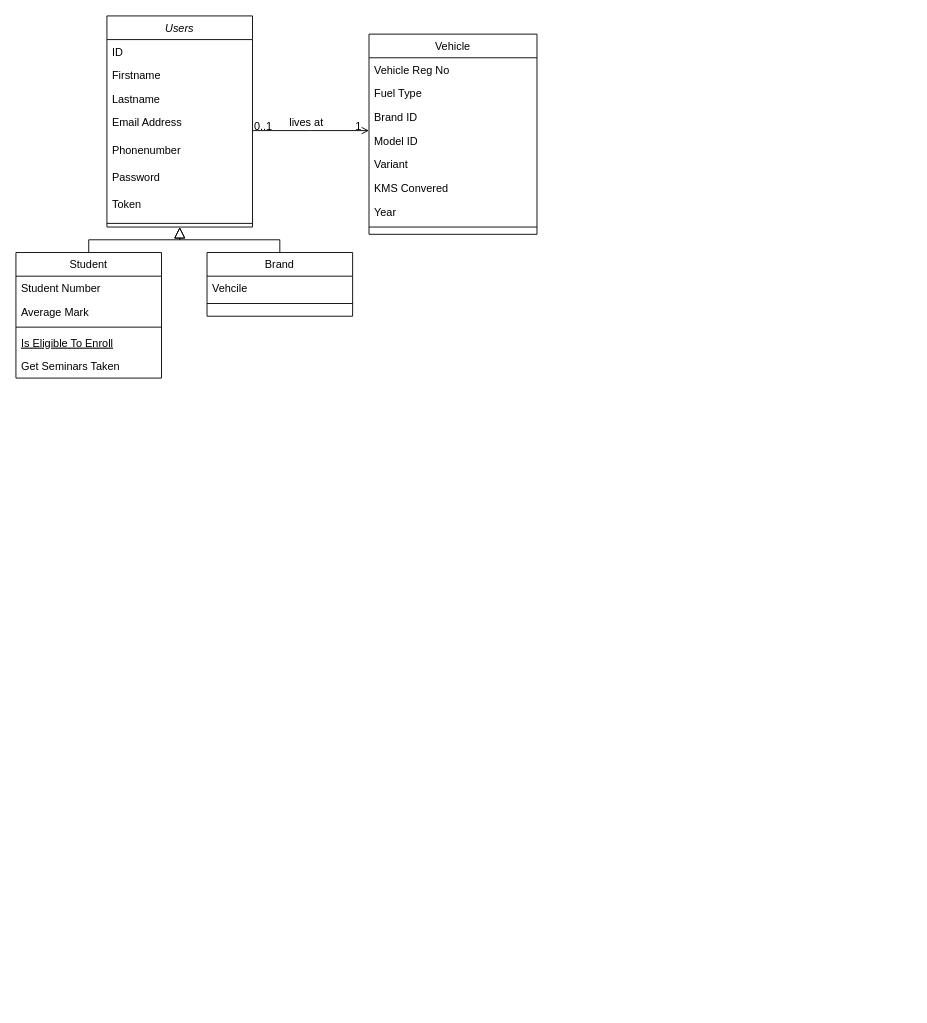
Earlier version of the draw.io diagram Garage Diagram.drawio (panhaoeun/amp.dev). Source tidied: cells renumbered, new cells numbered last; positions are measured from the earlier drawing's top-left corner, leaving out a move shared by most shapes. Both pictures are drawn from the tidied source at 91%, with x=0, y=0 at pixel (15, 15).
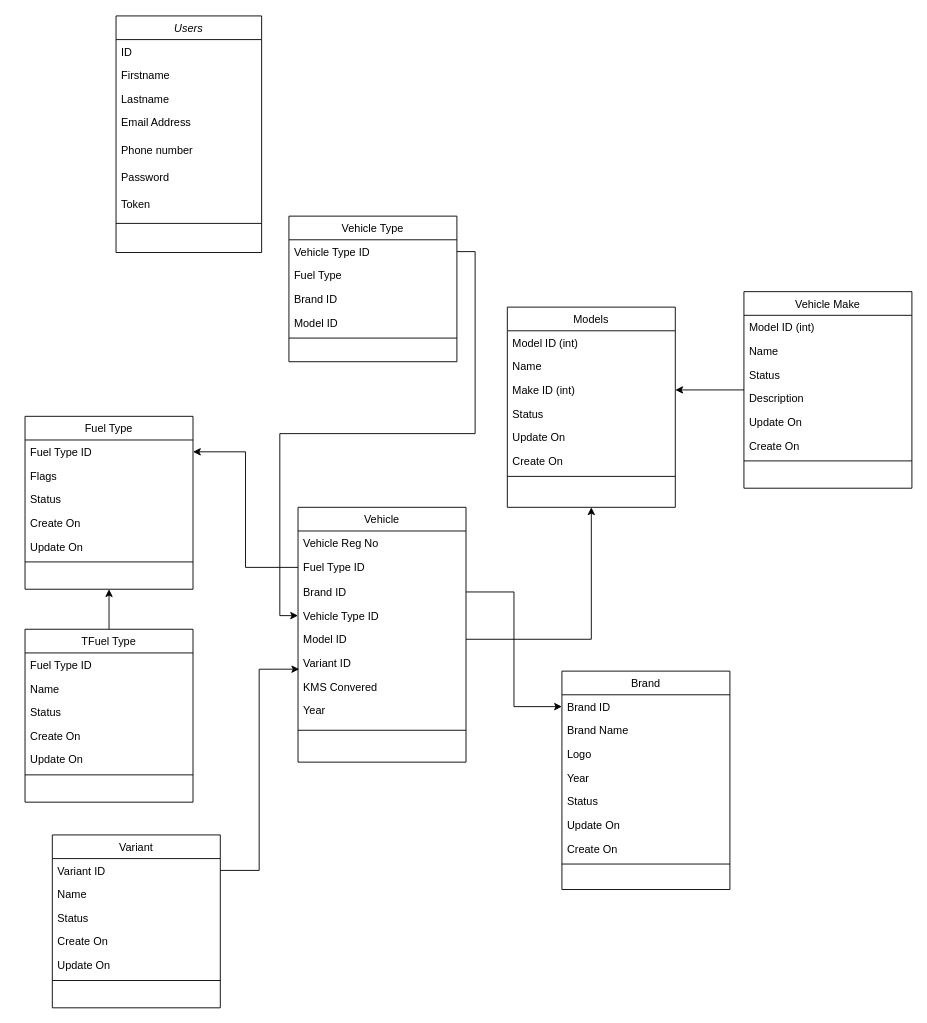
After the change.

The edit, as a diff of the source:
```diff
@@
     <mxCell id="2" value="Users" style="swimlane;fontStyle=2;align=center;verticalAlign=top;horizontal=1;startSize=26;rounded=0;shadow=0;strokeWidth=1;" parent="1" vertex="1">
-      <mxGeometry x="100" width="160" height="232" as="geometry" />
+      <mxGeometry x="110" width="160" height="260" as="geometry" />
     </mxCell>
@@
-    <mxCell id="7" value="Phonenumber" style="text;align=left;verticalAlign=top;spacingLeft=4;spacingRight=4;overflow=hidden;rounded=0;shadow=0;html=0;" parent="2" vertex="1">
+    <mxCell id="7" value="Phone number" style="text;align=left;verticalAlign=top;spacingLeft=4;spacingRight=4;overflow=hidden;rounded=0;shadow=0;html=0;" parent="2" vertex="1">
       <mxGeometry y="134" width="160" height="30" as="geometry" />
     </mxCell>
@@
-    <mxCell id="11" value="Student" style="swimlane;fontStyle=0;align=center;verticalAlign=top;horizontal=1;startSize=26;rounded=0;shadow=0;strokeWidth=1;" parent="1" vertex="1">
-      <mxGeometry y="260" width="160" height="138" as="geometry" />
-    </mxCell>
-    <mxCell id="12" value="Student Number" style="text;align=left;verticalAlign=top;spacingLeft=4;spacingRight=4;overflow=hidden;" parent="11" vertex="1">
-      <mxGeometry y="26" width="160" height="26" as="geometry" />
-    </mxCell>
-    <mxCell id="13" value="Average Mark" style="text;align=left;verticalAlign=top;spacingLeft=4;spacingRight=4;overflow=hidden;rounded=0;shadow=0;html=0;" parent="11" vertex="1">
-      <mxGeometry y="52" width="160" height="26" as="geometry" />
-    </mxCell>
-    <mxCell id="14" style="line;html=1;strokeWidth=1;align=left;verticalAlign=middle;spacingTop=-1;spacingLeft=3;spacingRight=3;labelPosition=right;" parent="11" vertex="1">
-      <mxGeometry y="78" width="160" height="8" as="geometry" />
-    </mxCell>
-    <mxCell id="15" value="Is Eligible To Enroll" style="text;align=left;verticalAlign=top;spacingLeft=4;spacingRight=4;overflow=hidden;fontStyle=4;" parent="11" vertex="1">
-      <mxGeometry y="86" width="160" height="26" as="geometry" />
-    </mxCell>
-    <mxCell id="16" value="Get Seminars Taken" style="text;align=left;verticalAlign=top;spacingLeft=4;spacingRight=4;overflow=hidden;" parent="11" vertex="1">
-      <mxGeometry y="112" width="160" height="26" as="geometry" />
-    </mxCell>
-    <mxCell id="17" style="endArrow=block;endSize=10;endFill=0;shadow=0;strokeWidth=1;rounded=0;edgeStyle=elbowEdgeStyle;elbow=vertical;" parent="1" edge="1" source="11" target="2">
-      <mxGeometry relative="1" as="geometry" />
-    </mxCell>
-    <mxCell id="18" value="Brand" style="swimlane;fontStyle=0;align=center;verticalAlign=top;horizontal=1;startSize=26;rounded=0;shadow=0;strokeWidth=1;" parent="1" vertex="1">
-      <mxGeometry x="210" y="260" width="160" height="70" as="geometry" />
-    </mxCell>
-    <mxCell id="19" value="Vehcile" style="text;align=left;verticalAlign=top;spacingLeft=4;spacingRight=4;overflow=hidden;" parent="18" vertex="1">
-      <mxGeometry y="26" width="160" height="26" as="geometry" />
-    </mxCell>
-    <mxCell id="20" style="line;html=1;strokeWidth=1;align=left;verticalAlign=middle;spacingTop=-1;spacingLeft=3;spacingRight=3;labelPosition=right;" parent="18" vertex="1">
-      <mxGeometry y="52" width="160" height="8" as="geometry" />
-    </mxCell>
-    <mxCell id="21" style="endArrow=block;endSize=10;endFill=0;shadow=0;strokeWidth=1;rounded=0;edgeStyle=elbowEdgeStyle;elbow=vertical;" parent="1" edge="1" source="18" target="2">
-      <mxGeometry relative="1" as="geometry" />
-    </mxCell>
+    <mxCell id="35" style="edgeStyle=orthogonalEdgeStyle;rounded=0;jettySize=auto;html=1;" parent="1" edge="1" source="26" target="51">
+      <mxGeometry relative="1" as="geometry" />
+    </mxCell>
     <mxCell id="22" value="Vehicle" style="swimlane;fontStyle=0;align=center;verticalAlign=top;horizontal=1;startSize=26;rounded=0;shadow=0;strokeWidth=1;" parent="1" vertex="1">
-      <mxGeometry x="388" y="20" width="184.6" height="220" as="geometry" />
+      <mxGeometry x="310" y="540" width="184.6" height="280" as="geometry" />
     </mxCell>
@@
-    <mxCell id="24" value="Fuel Type" style="text;align=left;verticalAlign=top;spacingLeft=4;spacingRight=4;overflow=hidden;points=[[0,0.5],[1,0.5]];portConstraint=eastwest;rounded=0;shadow=0;html=0;" parent="22" vertex="1">
-      <mxGeometry y="52" width="184.6" height="26" as="geometry" />
+    <mxCell id="24" value="Fuel Type ID" style="text;align=left;verticalAlign=top;spacingLeft=4;spacingRight=4;overflow=hidden;points=[[0,0.5],[1,0.5]];portConstraint=eastwest;rounded=0;shadow=0;html=0;" parent="22" vertex="1">
+      <mxGeometry y="52" width="184.6" height="28" as="geometry" />
     </mxCell>
     <mxCell id="25" value="Brand ID" style="text;align=left;verticalAlign=top;spacingLeft=4;spacingRight=4;overflow=hidden;points=[[0,0.5],[1,0.5]];portConstraint=eastwest;rounded=0;shadow=0;html=0;" parent="22" vertex="1">
-      <mxGeometry y="78" width="184.6" height="26" as="geometry" />
+      <mxGeometry y="80" width="184.6" height="26" as="geometry" />
     </mxCell>
+    <mxCell id="36" value="Vehicle Type ID" style="text;align=left;verticalAlign=top;spacingLeft=4;spacingRight=4;overflow=hidden;points=[[0,0.5],[1,0.5]];portConstraint=eastwest;rounded=0;shadow=0;html=0;" parent="22" vertex="1">
+      <mxGeometry y="106" width="184.6" height="26" as="geometry" />
+    </mxCell>
     <mxCell id="26" value="Model ID" style="text;align=left;verticalAlign=top;spacingLeft=4;spacingRight=4;overflow=hidden;points=[[0,0.5],[1,0.5]];portConstraint=eastwest;rounded=0;shadow=0;html=0;" parent="22" vertex="1">
-      <mxGeometry y="104" width="184.6" height="26" as="geometry" />
+      <mxGeometry y="132" width="184.6" height="26" as="geometry" />
     </mxCell>
-    <mxCell id="27" value="Variant" style="text;align=left;verticalAlign=top;spacingLeft=4;spacingRight=4;overflow=hidden;points=[[0,0.5],[1,0.5]];portConstraint=eastwest;rounded=0;shadow=0;html=0;" parent="22" vertex="1">
-      <mxGeometry y="130" width="184.6" height="26" as="geometry" />
+    <mxCell id="27" value="Variant ID" style="text;align=left;verticalAlign=top;spacingLeft=4;spacingRight=4;overflow=hidden;points=[[0,0.5],[1,0.5]];portConstraint=eastwest;rounded=0;shadow=0;html=0;" parent="22" vertex="1">
+      <mxGeometry y="158" width="184.6" height="26" as="geometry" />
     </mxCell>
     <mxCell id="28" value="KMS Convered" style="text;align=left;verticalAlign=top;spacingLeft=4;spacingRight=4;overflow=hidden;rounded=0;shadow=0;html=0;" parent="22" vertex="1">
-      <mxGeometry y="156" width="184.6" height="26" as="geometry" />
+      <mxGeometry y="184" width="184.6" height="26" as="geometry" />
     </mxCell>
     <mxCell id="29" value="Year" style="text;align=left;verticalAlign=top;spacingLeft=4;spacingRight=4;overflow=hidden;rounded=0;shadow=0;html=0;" parent="22" vertex="1">
-      <mxGeometry y="182" width="184.6" height="26" as="geometry" />
+      <mxGeometry y="210" width="184.6" height="26" as="geometry" />
     </mxCell>
     <mxCell id="30" style="line;html=1;strokeWidth=1;align=left;verticalAlign=middle;spacingTop=-1;spacingLeft=3;spacingRight=3;labelPosition=right;" parent="22" vertex="1">
-      <mxGeometry y="208" width="184.6" height="8" as="geometry" />
+      <mxGeometry y="236" width="184.6" height="18" as="geometry" />
     </mxCell>
-    <mxCell id="31" style="endArrow=open;shadow=0;strokeWidth=1;rounded=0;endFill=1;edgeStyle=elbowEdgeStyle;elbow=vertical;" parent="1" edge="1" source="2" target="22">
-      <mxGeometry x="0.5" y="41" relative="1" as="geometry">
-        <mxPoint x="-40" y="32" as="offset" />
-      </mxGeometry>
-    </mxCell>
-    <mxCell id="32" value="0..1" style="align=left;verticalAlign=bottom;labelBackgroundColor=none;fontSize=12;" parent="31" vertex="1">
-      <mxGeometry x="-1" relative="1" as="geometry">
-        <mxPoint y="4" as="offset" />
-      </mxGeometry>
-    </mxCell>
-    <mxCell id="33" value="1" style="align=right;verticalAlign=bottom;labelBackgroundColor=none;fontSize=12;" parent="31" vertex="1">
-      <mxGeometry x="1" relative="1" as="geometry">
-        <mxPoint x="-7" y="4" as="offset" />
-      </mxGeometry>
-    </mxCell>
-    <mxCell id="34" value="lives at" style="text;html=1;align=center;verticalAlign=middle;labelBackgroundColor=none;rounded=0;shadow=0;strokeWidth=1;fontSize=12;" parent="31" vertex="1">
-      <mxGeometry x="0.5" y="49" relative="1" as="geometry">
-        <mxPoint x="-38" y="40" as="offset" />
-      </mxGeometry>
-    </mxCell>
+    <mxCell id="18" value="Brand" style="swimlane;fontStyle=0;align=center;verticalAlign=top;horizontal=1;startSize=26;rounded=0;shadow=0;strokeWidth=1;" parent="1" vertex="1">
+      <mxGeometry x="600" y="720" width="184.6" height="240" as="geometry" />
+    </mxCell>
+    <mxCell id="37" value="Brand ID" style="text;align=left;verticalAlign=top;spacingLeft=4;spacingRight=4;overflow=hidden;points=[[0,0.5],[1,0.5]];portConstraint=eastwest;" parent="18" vertex="1">
+      <mxGeometry y="26" width="184.6" height="26" as="geometry" />
+    </mxCell>
+    <mxCell id="38" value="Brand Name" style="text;align=left;verticalAlign=top;spacingLeft=4;spacingRight=4;overflow=hidden;rounded=0;shadow=0;html=0;" parent="18" vertex="1">
+      <mxGeometry y="52" width="184.6" height="26" as="geometry" />
+    </mxCell>
+    <mxCell id="39" value="Logo" style="text;align=left;verticalAlign=top;spacingLeft=4;spacingRight=4;overflow=hidden;rounded=0;shadow=0;html=0;" parent="18" vertex="1">
+      <mxGeometry y="78" width="184.6" height="26" as="geometry" />
+    </mxCell>
+    <mxCell id="40" value="Year " style="text;align=left;verticalAlign=top;spacingLeft=4;spacingRight=4;overflow=hidden;rounded=0;shadow=0;html=0;" parent="18" vertex="1">
+      <mxGeometry y="104" width="184.6" height="26" as="geometry" />
+    </mxCell>
+    <mxCell id="41" value="Status" style="text;align=left;verticalAlign=top;spacingLeft=4;spacingRight=4;overflow=hidden;rounded=0;shadow=0;html=0;" parent="18" vertex="1">
+      <mxGeometry y="130" width="184.6" height="26" as="geometry" />
+    </mxCell>
+    <mxCell id="42" value="Update On" style="text;align=left;verticalAlign=top;spacingLeft=4;spacingRight=4;overflow=hidden;rounded=0;shadow=0;html=0;" parent="18" vertex="1">
+      <mxGeometry y="156" width="184.6" height="26" as="geometry" />
+    </mxCell>
+    <mxCell id="43" value="Create On" style="text;align=left;verticalAlign=top;spacingLeft=4;spacingRight=4;overflow=hidden;rounded=0;shadow=0;html=0;" parent="18" vertex="1">
+      <mxGeometry y="182" width="184.6" height="26" as="geometry" />
+    </mxCell>
+    <mxCell id="44" style="line;html=1;strokeWidth=1;align=left;verticalAlign=middle;spacingTop=-1;spacingLeft=3;spacingRight=3;labelPosition=right;" parent="18" vertex="1">
+      <mxGeometry y="208" width="184.6" height="8" as="geometry" />
+    </mxCell>
+    <mxCell id="45" value="Vehicle Type" style="swimlane;fontStyle=0;align=center;verticalAlign=top;horizontal=1;startSize=26;rounded=0;shadow=0;strokeWidth=1;" parent="1" vertex="1">
+      <mxGeometry x="300" y="220" width="184.6" height="160" as="geometry" />
+    </mxCell>
+    <mxCell id="46" value="Vehicle Type ID " style="text;align=left;verticalAlign=top;spacingLeft=4;spacingRight=4;overflow=hidden;points=[[0,0.5],[1,0.5]];portConstraint=eastwest;" parent="45" vertex="1">
+      <mxGeometry y="26" width="184.6" height="26" as="geometry" />
+    </mxCell>
+    <mxCell id="47" value="Fuel Type" style="text;align=left;verticalAlign=top;spacingLeft=4;spacingRight=4;overflow=hidden;rounded=0;shadow=0;html=0;" parent="45" vertex="1">
+      <mxGeometry y="52" width="184.6" height="26" as="geometry" />
+    </mxCell>
+    <mxCell id="48" value="Brand ID" style="text;align=left;verticalAlign=top;spacingLeft=4;spacingRight=4;overflow=hidden;rounded=0;shadow=0;html=0;" parent="45" vertex="1">
+      <mxGeometry y="78" width="184.6" height="26" as="geometry" />
+    </mxCell>
+    <mxCell id="49" value="Model ID" style="text;align=left;verticalAlign=top;spacingLeft=4;spacingRight=4;overflow=hidden;rounded=0;shadow=0;html=0;" parent="45" vertex="1">
+      <mxGeometry y="104" width="184.6" height="26" as="geometry" />
+    </mxCell>
+    <mxCell id="50" style="line;html=1;strokeWidth=1;align=left;verticalAlign=middle;spacingTop=-1;spacingLeft=3;spacingRight=3;labelPosition=right;" parent="45" vertex="1">
+      <mxGeometry y="130" width="184.6" height="8" as="geometry" />
+    </mxCell>
+    <mxCell id="51" value="Models" style="swimlane;fontStyle=0;align=center;verticalAlign=top;horizontal=1;startSize=26;rounded=0;shadow=0;strokeWidth=1;" parent="1" vertex="1">
+      <mxGeometry x="540" y="320" width="184.6" height="220" as="geometry" />
+    </mxCell>
+    <mxCell id="52" value="Model ID (int)" style="text;align=left;verticalAlign=top;spacingLeft=4;spacingRight=4;overflow=hidden;" parent="51" vertex="1">
+      <mxGeometry y="26" width="184.6" height="26" as="geometry" />
+    </mxCell>
+    <mxCell id="53" value="Name" style="text;align=left;verticalAlign=top;spacingLeft=4;spacingRight=4;overflow=hidden;rounded=0;shadow=0;html=0;" parent="51" vertex="1">
+      <mxGeometry y="52" width="184.6" height="26" as="geometry" />
+    </mxCell>
+    <mxCell id="54" value="Make ID (int)" style="text;align=left;verticalAlign=top;spacingLeft=4;spacingRight=4;overflow=hidden;points=[[0,0.5],[1,0.5]];portConstraint=eastwest;rounded=0;shadow=0;html=0;" parent="51" vertex="1">
+      <mxGeometry y="78" width="184.6" height="26" as="geometry" />
+    </mxCell>
+    <mxCell id="55" value="Status" style="text;align=left;verticalAlign=top;spacingLeft=4;spacingRight=4;overflow=hidden;rounded=0;shadow=0;html=0;" parent="51" vertex="1">
+      <mxGeometry y="104" width="184.6" height="26" as="geometry" />
+    </mxCell>
+    <mxCell id="56" value="Update On" style="text;align=left;verticalAlign=top;spacingLeft=4;spacingRight=4;overflow=hidden;rounded=0;shadow=0;html=0;" parent="51" vertex="1">
+      <mxGeometry y="130" width="184.6" height="26" as="geometry" />
+    </mxCell>
+    <mxCell id="57" value="Create On" style="text;align=left;verticalAlign=top;spacingLeft=4;spacingRight=4;overflow=hidden;rounded=0;shadow=0;html=0;" parent="51" vertex="1">
+      <mxGeometry y="156" width="184.6" height="26" as="geometry" />
+    </mxCell>
+    <mxCell id="58" style="line;html=1;strokeWidth=1;align=left;verticalAlign=middle;spacingTop=-1;spacingLeft=3;spacingRight=3;labelPosition=right;" parent="51" vertex="1">
+      <mxGeometry y="182" width="184.6" height="8" as="geometry" />
+    </mxCell>
+    <mxCell id="59" style="edgeStyle=orthogonalEdgeStyle;rounded=0;jettySize=auto;html=1;" parent="1" edge="1" source="60" target="54">
+      <mxGeometry relative="1" as="geometry" />
+    </mxCell>
+    <mxCell id="60" value="Vehicle Make" style="swimlane;fontStyle=0;align=center;verticalAlign=top;horizontal=1;startSize=26;rounded=0;shadow=0;strokeWidth=1;" parent="1" vertex="1">
+      <mxGeometry x="800" y="303" width="184.6" height="216" as="geometry" />
+    </mxCell>
+    <mxCell id="61" value="Model ID (int)" style="text;align=left;verticalAlign=top;spacingLeft=4;spacingRight=4;overflow=hidden;" parent="60" vertex="1">
+      <mxGeometry y="26" width="184.6" height="26" as="geometry" />
+    </mxCell>
+    <mxCell id="62" value="Name" style="text;align=left;verticalAlign=top;spacingLeft=4;spacingRight=4;overflow=hidden;rounded=0;shadow=0;html=0;" parent="60" vertex="1">
+      <mxGeometry y="52" width="184.6" height="26" as="geometry" />
+    </mxCell>
+    <mxCell id="63" value="Status" style="text;align=left;verticalAlign=top;spacingLeft=4;spacingRight=4;overflow=hidden;rounded=0;shadow=0;html=0;" parent="60" vertex="1">
+      <mxGeometry y="78" width="184.6" height="26" as="geometry" />
+    </mxCell>
+    <mxCell id="64" value="Description" style="text;align=left;verticalAlign=top;spacingLeft=4;spacingRight=4;overflow=hidden;rounded=0;shadow=0;html=0;" parent="60" vertex="1">
+      <mxGeometry y="104" width="184.6" height="26" as="geometry" />
+    </mxCell>
+    <mxCell id="65" value="Update On" style="text;align=left;verticalAlign=top;spacingLeft=4;spacingRight=4;overflow=hidden;rounded=0;shadow=0;html=0;" parent="60" vertex="1">
+      <mxGeometry y="130" width="184.6" height="26" as="geometry" />
+    </mxCell>
+    <mxCell id="66" value="Create On" style="text;align=left;verticalAlign=top;spacingLeft=4;spacingRight=4;overflow=hidden;rounded=0;shadow=0;html=0;" parent="60" vertex="1">
+      <mxGeometry y="156" width="184.6" height="26" as="geometry" />
+    </mxCell>
+    <mxCell id="67" style="line;html=1;strokeWidth=1;align=left;verticalAlign=middle;spacingTop=-1;spacingLeft=3;spacingRight=3;labelPosition=right;" parent="60" vertex="1">
+      <mxGeometry y="182" width="184.6" height="8" as="geometry" />
+    </mxCell>
+    <mxCell id="68" style="edgeStyle=orthogonalEdgeStyle;rounded=0;jettySize=auto;html=1;" parent="1" edge="1" source="25" target="37">
+      <mxGeometry relative="1" as="geometry" />
+    </mxCell>
+    <mxCell id="69" style="edgeStyle=orthogonalEdgeStyle;rounded=0;jettySize=auto;html=1;" parent="1" edge="1" source="46" target="36">
+      <mxGeometry relative="1" as="geometry" />
+    </mxCell>
+    <mxCell id="70" value="Fuel Type" style="swimlane;fontStyle=0;align=center;verticalAlign=top;horizontal=1;startSize=26;rounded=0;shadow=0;strokeWidth=1;" parent="1" vertex="1">
+      <mxGeometry x="10" y="440" width="184.6" height="190" as="geometry" />
+    </mxCell>
+    <mxCell id="71" value="Fuel Type ID" style="text;align=left;verticalAlign=top;spacingLeft=4;spacingRight=4;overflow=hidden;points=[[0,0.5],[1,0.5]];portConstraint=eastwest;" parent="70" vertex="1">
+      <mxGeometry y="26" width="184.6" height="26" as="geometry" />
+    </mxCell>
+    <mxCell id="72" value="Flags" style="text;align=left;verticalAlign=top;spacingLeft=4;spacingRight=4;overflow=hidden;rounded=0;shadow=0;html=0;" parent="70" vertex="1">
+      <mxGeometry y="52" width="184.6" height="26" as="geometry" />
+    </mxCell>
+    <mxCell id="73" value="Status" style="text;align=left;verticalAlign=top;spacingLeft=4;spacingRight=4;overflow=hidden;rounded=0;shadow=0;html=0;" parent="70" vertex="1">
+      <mxGeometry y="78" width="184.6" height="26" as="geometry" />
+    </mxCell>
+    <mxCell id="74" value="Create On" style="text;align=left;verticalAlign=top;spacingLeft=4;spacingRight=4;overflow=hidden;rounded=0;shadow=0;html=0;" parent="70" vertex="1">
+      <mxGeometry y="104" width="184.6" height="26" as="geometry" />
+    </mxCell>
+    <mxCell id="75" value="Update On" style="text;align=left;verticalAlign=top;spacingLeft=4;spacingRight=4;overflow=hidden;rounded=0;shadow=0;html=0;" parent="70" vertex="1">
+      <mxGeometry y="130" width="184.6" height="26" as="geometry" />
+    </mxCell>
+    <mxCell id="76" style="line;html=1;strokeWidth=1;align=left;verticalAlign=middle;spacingTop=-1;spacingLeft=3;spacingRight=3;labelPosition=right;" parent="70" vertex="1">
+      <mxGeometry y="156" width="184.6" height="8" as="geometry" />
+    </mxCell>
+    <mxCell id="77" style="edgeStyle=orthogonalEdgeStyle;rounded=0;jettySize=auto;html=1;entryX=0.5;entryY=1;entryDx=0;entryDy=0;" parent="1" edge="1" source="78" target="70">
+      <mxGeometry relative="1" as="geometry" />
+    </mxCell>
+    <mxCell id="78" value="TFuel Type" style="swimlane;fontStyle=0;align=center;verticalAlign=top;horizontal=1;startSize=26;rounded=0;shadow=0;strokeWidth=1;" parent="1" vertex="1">
+      <mxGeometry x="10" y="674" width="184.6" height="190" as="geometry" />
+    </mxCell>
+    <mxCell id="79" value="Fuel Type ID" style="text;align=left;verticalAlign=top;spacingLeft=4;spacingRight=4;overflow=hidden;" parent="78" vertex="1">
+      <mxGeometry y="26" width="184.6" height="26" as="geometry" />
+    </mxCell>
+    <mxCell id="80" value="Name" style="text;align=left;verticalAlign=top;spacingLeft=4;spacingRight=4;overflow=hidden;rounded=0;shadow=0;html=0;" parent="78" vertex="1">
+      <mxGeometry y="52" width="184.6" height="26" as="geometry" />
+    </mxCell>
+    <mxCell id="81" value="Status" style="text;align=left;verticalAlign=top;spacingLeft=4;spacingRight=4;overflow=hidden;rounded=0;shadow=0;html=0;" parent="78" vertex="1">
+      <mxGeometry y="78" width="184.6" height="26" as="geometry" />
+    </mxCell>
+    <mxCell id="82" value="Create On" style="text;align=left;verticalAlign=top;spacingLeft=4;spacingRight=4;overflow=hidden;rounded=0;shadow=0;html=0;" parent="78" vertex="1">
+      <mxGeometry y="104" width="184.6" height="26" as="geometry" />
+    </mxCell>
+    <mxCell id="83" value="Update On" style="text;align=left;verticalAlign=top;spacingLeft=4;spacingRight=4;overflow=hidden;rounded=0;shadow=0;html=0;" parent="78" vertex="1">
+      <mxGeometry y="130" width="184.6" height="26" as="geometry" />
+    </mxCell>
+    <mxCell id="84" style="line;html=1;strokeWidth=1;align=left;verticalAlign=middle;spacingTop=-1;spacingLeft=3;spacingRight=3;labelPosition=right;" parent="78" vertex="1">
+      <mxGeometry y="156" width="184.6" height="8" as="geometry" />
+    </mxCell>
+    <mxCell id="85" style="edgeStyle=orthogonalEdgeStyle;rounded=0;jettySize=auto;html=1;" parent="1" edge="1" source="24" target="71">
+      <mxGeometry relative="1" as="geometry" />
+    </mxCell>
+    <mxCell id="86" value="Variant" style="swimlane;fontStyle=0;align=center;verticalAlign=top;horizontal=1;startSize=26;rounded=0;shadow=0;strokeWidth=1;" parent="1" vertex="1">
+      <mxGeometry x="40" y="900" width="184.6" height="190" as="geometry" />
+    </mxCell>
+    <mxCell id="87" value="Variant ID" style="text;align=left;verticalAlign=top;spacingLeft=4;spacingRight=4;overflow=hidden;points=[[0,0.5],[1,0.5]];portConstraint=eastwest;" parent="86" vertex="1">
+      <mxGeometry y="26" width="184.6" height="26" as="geometry" />
+    </mxCell>
+    <mxCell id="88" value="Name" style="text;align=left;verticalAlign=top;spacingLeft=4;spacingRight=4;overflow=hidden;rounded=0;shadow=0;html=0;" parent="86" vertex="1">
+      <mxGeometry y="52" width="184.6" height="26" as="geometry" />
+    </mxCell>
+    <mxCell id="89" value="Status" style="text;align=left;verticalAlign=top;spacingLeft=4;spacingRight=4;overflow=hidden;rounded=0;shadow=0;html=0;" parent="86" vertex="1">
+      <mxGeometry y="78" width="184.6" height="26" as="geometry" />
+    </mxCell>
+    <mxCell id="90" value="Create On" style="text;align=left;verticalAlign=top;spacingLeft=4;spacingRight=4;overflow=hidden;rounded=0;shadow=0;html=0;" parent="86" vertex="1">
+      <mxGeometry y="104" width="184.6" height="26" as="geometry" />
+    </mxCell>
+    <mxCell id="91" value="Update On" style="text;align=left;verticalAlign=top;spacingLeft=4;spacingRight=4;overflow=hidden;rounded=0;shadow=0;html=0;" parent="86" vertex="1">
+      <mxGeometry y="130" width="184.6" height="26" as="geometry" />
+    </mxCell>
+    <mxCell id="92" style="line;html=1;strokeWidth=1;align=left;verticalAlign=middle;spacingTop=-1;spacingLeft=3;spacingRight=3;labelPosition=right;" parent="86" vertex="1">
+      <mxGeometry y="156" width="184.6" height="8" as="geometry" />
+    </mxCell>
+    <mxCell id="93" style="edgeStyle=orthogonalEdgeStyle;rounded=0;jettySize=auto;html=1;entryX=0.007;entryY=0.764;entryDx=0;entryDy=0;entryPerimeter=0;" parent="1" edge="1" source="87" target="27">
+      <mxGeometry relative="1" as="geometry" />
+    </mxCell>
```
